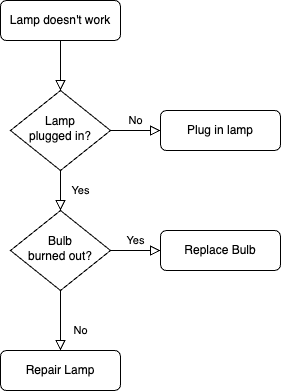
Above: Agri-market.drawio.png in GasanaJr/agri-market (draw.io), before the change. Source tidied: cells renumbered, new cells last; positions are measured from the earlier drawing's top-left corner, leaving out a move shared by most shapes. The source it was exported from:
```xml
<mxGraphModel>
  <root>
    <mxCell id="0" />
    <mxCell id="1" parent="0" />
    <mxCell id="2" style="rounded=0;html=1;jettySize=auto;fontSize=11;endArrow=block;endFill=0;endSize=8;strokeWidth=1;shadow=0;labelBackgroundColor=none;edgeStyle=orthogonalEdgeStyle;" parent="1" edge="1" source="3" target="6">
      <mxGeometry relative="1" as="geometry" />
    </mxCell>
    <mxCell id="3" value="Lamp doesn't work" style="rounded=1;whiteSpace=wrap;html=1;fontSize=12;glass=0;strokeWidth=1;shadow=0;" parent="1" vertex="1">
      <mxGeometry width="120" height="40" as="geometry" />
    </mxCell>
    <mxCell id="4" value="Yes" style="rounded=0;html=1;jettySize=auto;fontSize=11;endArrow=block;endFill=0;endSize=8;strokeWidth=1;shadow=0;labelBackgroundColor=none;edgeStyle=orthogonalEdgeStyle;" parent="1" edge="1" source="6" target="10">
      <mxGeometry y="20" relative="1" as="geometry" />
    </mxCell>
    <mxCell id="5" value="No" style="edgeStyle=orthogonalEdgeStyle;rounded=0;html=1;jettySize=auto;fontSize=11;endArrow=block;endFill=0;endSize=8;strokeWidth=1;shadow=0;labelBackgroundColor=none;" parent="1" edge="1" source="6" target="7">
      <mxGeometry y="10" relative="1" as="geometry" />
    </mxCell>
    <mxCell id="6" value="Lamp&lt;br&gt;plugged in?" style="rhombus;whiteSpace=wrap;html=1;shadow=0;fontFamily=Helvetica;fontSize=12;align=center;strokeWidth=1;spacing=6;spacingTop=-4;" parent="1" vertex="1">
      <mxGeometry x="10" y="90" width="100" height="80" as="geometry" />
    </mxCell>
    <mxCell id="7" value="Plug in lamp" style="rounded=1;whiteSpace=wrap;html=1;fontSize=12;glass=0;strokeWidth=1;shadow=0;" parent="1" vertex="1">
      <mxGeometry x="160" y="110" width="120" height="40" as="geometry" />
    </mxCell>
    <mxCell id="8" value="No" style="rounded=0;html=1;jettySize=auto;fontSize=11;endArrow=block;endFill=0;endSize=8;strokeWidth=1;shadow=0;labelBackgroundColor=none;edgeStyle=orthogonalEdgeStyle;" parent="1" edge="1" source="10" target="11">
      <mxGeometry x="0.33" y="20" relative="1" as="geometry" />
    </mxCell>
    <mxCell id="9" value="Yes" style="edgeStyle=orthogonalEdgeStyle;rounded=0;html=1;jettySize=auto;fontSize=11;endArrow=block;endFill=0;endSize=8;strokeWidth=1;shadow=0;labelBackgroundColor=none;" parent="1" edge="1" source="10" target="12">
      <mxGeometry y="10" relative="1" as="geometry" />
    </mxCell>
    <mxCell id="10" value="Bulb&lt;br&gt;burned out?" style="rhombus;whiteSpace=wrap;html=1;shadow=0;fontFamily=Helvetica;fontSize=12;align=center;strokeWidth=1;spacing=6;spacingTop=-4;" parent="1" vertex="1">
      <mxGeometry x="10" y="210" width="100" height="80" as="geometry" />
    </mxCell>
    <mxCell id="11" value="Repair Lamp" style="rounded=1;whiteSpace=wrap;html=1;fontSize=12;glass=0;strokeWidth=1;shadow=0;" parent="1" vertex="1">
      <mxGeometry y="350" width="120" height="40" as="geometry" />
    </mxCell>
    <mxCell id="12" value="Replace Bulb" style="rounded=1;whiteSpace=wrap;html=1;fontSize=12;glass=0;strokeWidth=1;shadow=0;" parent="1" vertex="1">
      <mxGeometry x="160" y="230" width="120" height="40" as="geometry" />
    </mxCell>
  </root>
</mxGraphModel>
```
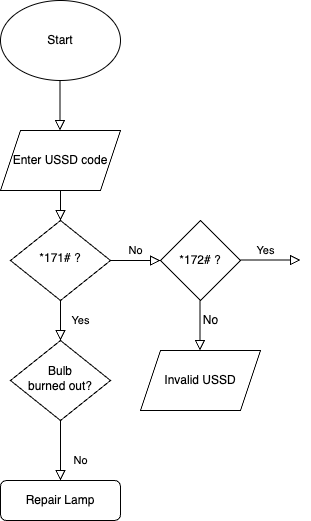
After the commit.

The edit, as a diff of the source:
```diff
@@ -2,38 +2,75 @@
   <root>
     <mxCell id="0" />
     <mxCell id="1" parent="0" />
-    <mxCell id="2" style="rounded=0;html=1;jettySize=auto;fontSize=11;endArrow=block;endFill=0;endSize=8;strokeWidth=1;shadow=0;labelBackgroundColor=none;edgeStyle=orthogonalEdgeStyle;" parent="1" edge="1" source="3" target="6">
-      <mxGeometry relative="1" as="geometry" />
+    <mxCell id="2" style="rounded=0;html=1;jettySize=auto;fontSize=11;endArrow=block;endFill=0;endSize=8;strokeWidth=1;shadow=0;labelBackgroundColor=none;edgeStyle=orthogonalEdgeStyle;" parent="1" edge="1" target="6">
+      <mxGeometry relative="1" as="geometry">
+        <mxPoint x="60" y="40" as="sourcePoint" />
+      </mxGeometry>
     </mxCell>
-    <mxCell id="3" value="Lamp doesn't work" style="rounded=1;whiteSpace=wrap;html=1;fontSize=12;glass=0;strokeWidth=1;shadow=0;" parent="1" vertex="1">
-      <mxGeometry width="120" height="40" as="geometry" />
-    </mxCell>
     <mxCell id="4" value="Yes" style="rounded=0;html=1;jettySize=auto;fontSize=11;endArrow=block;endFill=0;endSize=8;strokeWidth=1;shadow=0;labelBackgroundColor=none;edgeStyle=orthogonalEdgeStyle;" parent="1" edge="1" source="6" target="10">
       <mxGeometry y="20" relative="1" as="geometry" />
     </mxCell>
-    <mxCell id="5" value="No" style="edgeStyle=orthogonalEdgeStyle;rounded=0;html=1;jettySize=auto;fontSize=11;endArrow=block;endFill=0;endSize=8;strokeWidth=1;shadow=0;labelBackgroundColor=none;" parent="1" edge="1" source="6" target="7">
-      <mxGeometry y="10" relative="1" as="geometry" />
+    <mxCell id="5" value="No" style="edgeStyle=orthogonalEdgeStyle;rounded=0;html=1;jettySize=auto;fontSize=11;endArrow=block;endFill=0;endSize=8;strokeWidth=1;shadow=0;labelBackgroundColor=none;" parent="1" edge="1" source="6">
+      <mxGeometry y="10" relative="1" as="geometry">
+        <mxPoint x="160" y="130" as="targetPoint" />
+      </mxGeometry>
     </mxCell>
-    <mxCell id="6" value="Lamp&lt;br&gt;plugged in?" style="rhombus;whiteSpace=wrap;html=1;shadow=0;fontFamily=Helvetica;fontSize=12;align=center;strokeWidth=1;spacing=6;spacingTop=-4;" parent="1" vertex="1">
+    <mxCell id="6" value="*171# ?" style="rhombus;whiteSpace=wrap;html=1;shadow=0;fontFamily=Helvetica;fontSize=12;align=center;strokeWidth=1;spacing=6;spacingTop=-4;" parent="1" vertex="1">
       <mxGeometry x="10" y="90" width="100" height="80" as="geometry" />
     </mxCell>
-    <mxCell id="7" value="Plug in lamp" style="rounded=1;whiteSpace=wrap;html=1;fontSize=12;glass=0;strokeWidth=1;shadow=0;" parent="1" vertex="1">
-      <mxGeometry x="160" y="110" width="120" height="40" as="geometry" />
-    </mxCell>
     <mxCell id="8" value="No" style="rounded=0;html=1;jettySize=auto;fontSize=11;endArrow=block;endFill=0;endSize=8;strokeWidth=1;shadow=0;labelBackgroundColor=none;edgeStyle=orthogonalEdgeStyle;" parent="1" edge="1" source="10" target="11">
       <mxGeometry x="0.33" y="20" relative="1" as="geometry" />
     </mxCell>
-    <mxCell id="9" value="Yes" style="edgeStyle=orthogonalEdgeStyle;rounded=0;html=1;jettySize=auto;fontSize=11;endArrow=block;endFill=0;endSize=8;strokeWidth=1;shadow=0;labelBackgroundColor=none;" parent="1" edge="1" source="10" target="12">
-      <mxGeometry y="10" relative="1" as="geometry" />
-    </mxCell>
     <mxCell id="10" value="Bulb&lt;br&gt;burned out?" style="rhombus;whiteSpace=wrap;html=1;shadow=0;fontFamily=Helvetica;fontSize=12;align=center;strokeWidth=1;spacing=6;spacingTop=-4;" parent="1" vertex="1">
       <mxGeometry x="10" y="210" width="100" height="80" as="geometry" />
     </mxCell>
     <mxCell id="11" value="Repair Lamp" style="rounded=1;whiteSpace=wrap;html=1;fontSize=12;glass=0;strokeWidth=1;shadow=0;" parent="1" vertex="1">
       <mxGeometry y="350" width="120" height="40" as="geometry" />
     </mxCell>
-    <mxCell id="12" value="Replace Bulb" style="rounded=1;whiteSpace=wrap;html=1;fontSize=12;glass=0;strokeWidth=1;shadow=0;" parent="1" vertex="1">
-      <mxGeometry x="160" y="230" width="120" height="40" as="geometry" />
-    </mxCell>
+    <mxCell id="13" value="Start" style="ellipse;whiteSpace=wrap;html=1;" parent="1" vertex="1">
+      <mxGeometry y="-130" width="120" height="80" as="geometry" />
+    </mxCell>
+    <mxCell id="14" style="rounded=0;html=1;jettySize=auto;orthogonalLoop=1;fontSize=11;endArrow=block;endFill=0;endSize=8;strokeWidth=1;shadow=0;labelBackgroundColor=none;edgeStyle=orthogonalEdgeStyle;" parent="1" edge="1">
+      <mxGeometry relative="1" as="geometry">
+        <mxPoint x="59.5" y="-50" as="sourcePoint" />
+        <mxPoint x="59.5" as="targetPoint" />
+        <Array as="points">
+          <mxPoint x="59.5" y="-10" />
+          <mxPoint x="59.5" y="-10" />
+        </Array>
+      </mxGeometry>
+    </mxCell>
+    <mxCell id="15" value="Enter USSD code" style="shape=parallelogram;perimeter=parallelogramPerimeter;whiteSpace=wrap;html=1;fixedSize=1;" parent="1" vertex="1">
+      <mxGeometry width="120" height="60" as="geometry" />
+    </mxCell>
+    <mxCell id="16" value="Invalid USSD" style="shape=parallelogram;perimeter=parallelogramPerimeter;whiteSpace=wrap;html=1;fixedSize=1;" parent="1" vertex="1">
+      <mxGeometry x="140" y="220" width="120" height="60" as="geometry" />
+    </mxCell>
+    <mxCell id="17" value="*172# ?" style="rhombus;whiteSpace=wrap;html=1;" parent="1" vertex="1">
+      <mxGeometry x="160" y="90" width="80" height="80" as="geometry" />
+    </mxCell>
+    <mxCell id="18" style="rounded=0;html=1;jettySize=auto;orthogonalLoop=1;fontSize=11;endArrow=block;endFill=0;endSize=8;strokeWidth=1;shadow=0;labelBackgroundColor=none;edgeStyle=orthogonalEdgeStyle;" parent="1" edge="1">
+      <mxGeometry relative="1" as="geometry">
+        <mxPoint x="199.5" y="170" as="sourcePoint" />
+        <mxPoint x="199.5" y="220" as="targetPoint" />
+        <Array as="points">
+          <mxPoint x="199.5" y="210" />
+          <mxPoint x="199.5" y="210" />
+        </Array>
+      </mxGeometry>
+    </mxCell>
+    <mxCell id="19" value="No" style="text;html=1;align=center;verticalAlign=middle;strokeColor=none;fillColor=none;" parent="1" vertex="1">
+      <mxGeometry x="190" y="175" width="40" height="30" as="geometry" />
+    </mxCell>
+    <mxCell id="9" value="Yes" style="edgeStyle=orthogonalEdgeStyle;rounded=0;html=1;jettySize=auto;orthogonalLoop=1;fontSize=11;endArrow=block;endFill=0;endSize=8;strokeWidth=1;shadow=0;labelBackgroundColor=none;" parent="1" edge="1">
+      <mxGeometry y="10" relative="1" as="geometry">
+        <mxPoint x="250" y="129.5" as="sourcePoint" />
+        <mxPoint x="300" y="129.5" as="targetPoint" />
+        <Array as="points">
+          <mxPoint x="240" y="130" />
+          <mxPoint x="240" y="130" />
+        </Array>
+      </mxGeometry>
+    </mxCell>
   </root>
 </mxGraphModel>
```
